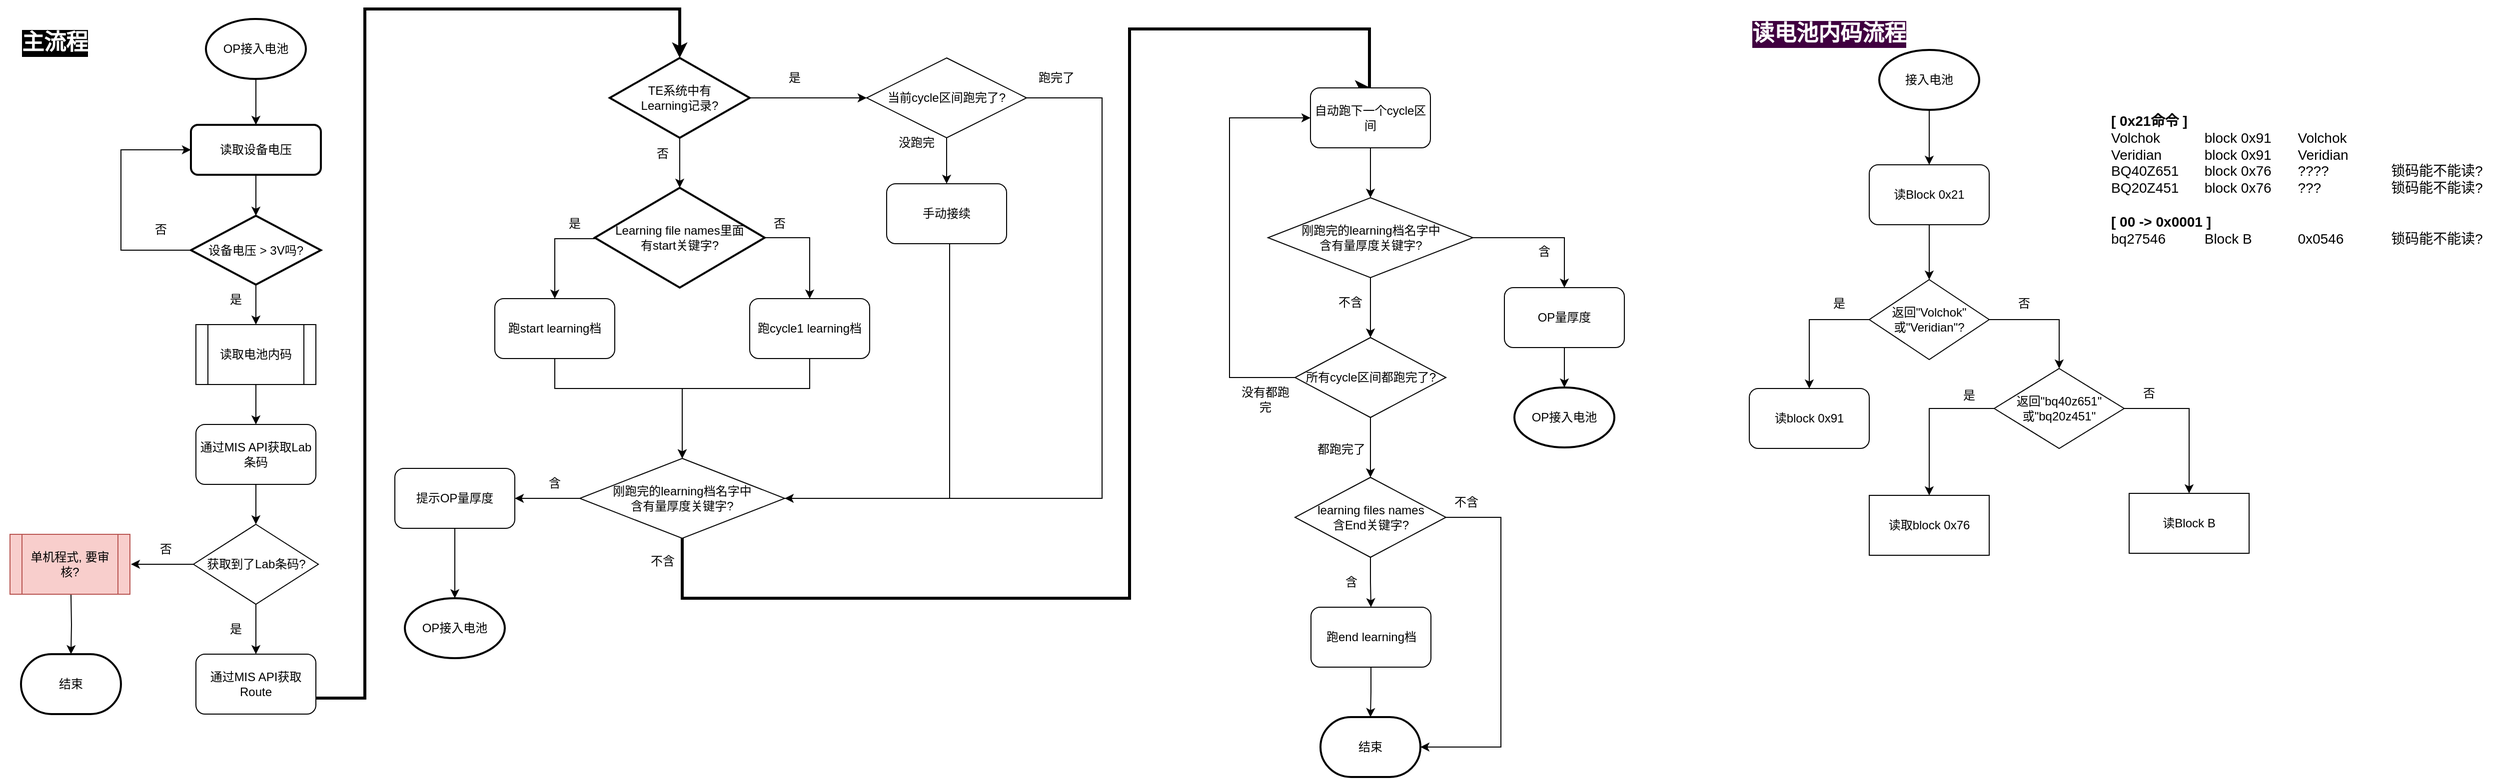
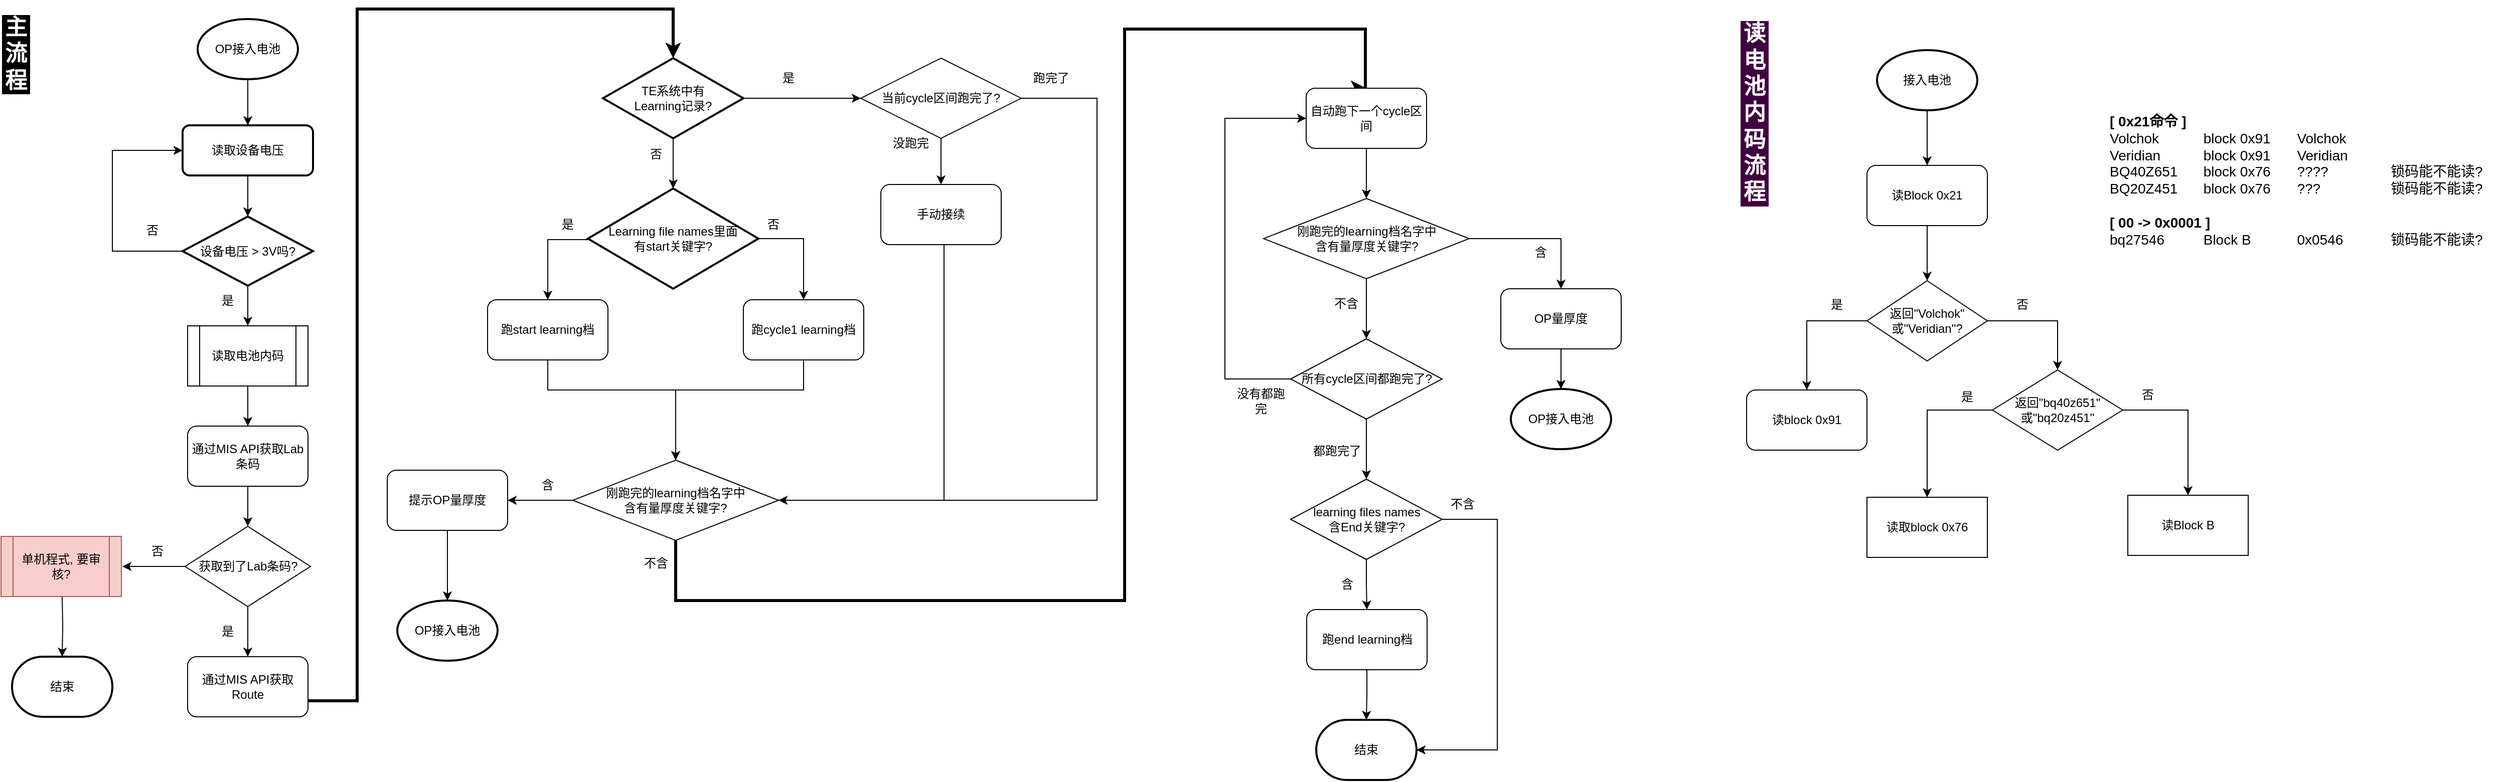
<mxfile host="app.diagrams.net">
  <diagram name="第 1 页" id="3HldnIOuQtLrwHUO-1mN">
    <mxGraphModel dx="1318" dy="774" grid="1" gridSize="10" guides="1" tooltips="1" connect="1" arrows="1" fold="1" page="1" pageScale="1" pageWidth="1169" pageHeight="827" background="#FFFFFF" math="0" shadow="0">
      <root>
        <mxCell id="0" />
        <mxCell id="1" parent="0" />
        <mxCell id="qRa3hty1LtdxE0hFs_0w-8" edge="1" parent="1" source="qRa3hty1LtdxE0hFs_0w-4" style="edgeStyle=orthogonalEdgeStyle;rounded=0;orthogonalLoop=1;jettySize=auto;html=1;" target="qRa3hty1LtdxE0hFs_0w-6" value="">
          <mxGeometry relative="1" as="geometry" />
        </mxCell>
        <mxCell id="qRa3hty1LtdxE0hFs_0w-4" parent="1" style="strokeWidth=2;html=1;shape=mxgraph.flowchart.start_1;whiteSpace=wrap;" value="OP接入电池" vertex="1">
          <mxGeometry height="60" width="100" x="216" y="20" as="geometry" />
        </mxCell>
        <mxCell id="qRa3hty1LtdxE0hFs_0w-9" edge="1" parent="1" source="qRa3hty1LtdxE0hFs_0w-6" style="edgeStyle=orthogonalEdgeStyle;rounded=0;orthogonalLoop=1;jettySize=auto;html=1;" target="qRa3hty1LtdxE0hFs_0w-7" value="">
          <mxGeometry relative="1" as="geometry" />
        </mxCell>
        <mxCell id="qRa3hty1LtdxE0hFs_0w-6" parent="1" style="rounded=1;whiteSpace=wrap;html=1;absoluteArcSize=1;arcSize=14;strokeWidth=2;" value="读取设备电压" vertex="1">
          <mxGeometry height="50" width="130" x="201" y="126" as="geometry" />
        </mxCell>
        <mxCell id="qRa3hty1LtdxE0hFs_0w-14" edge="1" parent="1" source="qRa3hty1LtdxE0hFs_0w-7" style="edgeStyle=orthogonalEdgeStyle;rounded=0;orthogonalLoop=1;jettySize=auto;html=1;" target="qRa3hty1LtdxE0hFs_0w-13" value="">
          <mxGeometry relative="1" as="geometry" />
        </mxCell>
        <mxCell id="qRa3hty1LtdxE0hFs_0w-25" edge="1" parent="1" source="qRa3hty1LtdxE0hFs_0w-7" style="edgeStyle=orthogonalEdgeStyle;rounded=0;orthogonalLoop=1;jettySize=auto;html=1;entryX=0;entryY=0.5;entryDx=0;entryDy=0;" target="qRa3hty1LtdxE0hFs_0w-6">
          <mxGeometry relative="1" as="geometry">
            <Array as="points">
              <mxPoint x="131" y="252" />
              <mxPoint x="131" y="151" />
            </Array>
            <mxPoint x="411" y="146" as="targetPoint" />
          </mxGeometry>
        </mxCell>
        <mxCell id="qRa3hty1LtdxE0hFs_0w-7" parent="1" style="strokeWidth=2;html=1;shape=mxgraph.flowchart.decision;whiteSpace=wrap;" value="设备电压 &amp;gt; 3V吗?" vertex="1">
          <mxGeometry height="69" width="130" x="201" y="217" as="geometry" />
        </mxCell>
        <mxCell id="qRa3hty1LtdxE0hFs_0w-11" parent="1" style="text;html=1;whiteSpace=wrap;strokeColor=none;fillColor=none;align=center;verticalAlign=middle;rounded=0;" value="&lt;div&gt;否&lt;/div&gt;" vertex="1">
          <mxGeometry height="30" width="60" x="141" y="216" as="geometry" />
        </mxCell>
        <mxCell id="qRa3hty1LtdxE0hFs_0w-12" parent="1" style="text;html=1;whiteSpace=wrap;strokeColor=none;fillColor=none;align=center;verticalAlign=middle;rounded=0;" value="&lt;div&gt;是&lt;/div&gt;" vertex="1">
          <mxGeometry height="30" width="60" x="216" y="286" as="geometry" />
        </mxCell>
        <mxCell id="qRa3hty1LtdxE0hFs_0w-16" edge="1" parent="1" source="qRa3hty1LtdxE0hFs_0w-13" style="edgeStyle=orthogonalEdgeStyle;rounded=0;orthogonalLoop=1;jettySize=auto;html=1;" target="qRa3hty1LtdxE0hFs_0w-15" value="">
          <mxGeometry relative="1" as="geometry" />
        </mxCell>
        <mxCell id="qRa3hty1LtdxE0hFs_0w-13" parent="1" style="shape=process;whiteSpace=wrap;html=1;backgroundOutline=1;" value="读取电池内码" vertex="1">
          <mxGeometry height="60" width="120" x="206" y="326" as="geometry" />
        </mxCell>
        <mxCell id="qRa3hty1LtdxE0hFs_0w-20" edge="1" parent="1" source="qRa3hty1LtdxE0hFs_0w-15" style="edgeStyle=orthogonalEdgeStyle;rounded=0;orthogonalLoop=1;jettySize=auto;html=1;" target="qRa3hty1LtdxE0hFs_0w-19" value="">
          <mxGeometry relative="1" as="geometry" />
        </mxCell>
        <mxCell id="qRa3hty1LtdxE0hFs_0w-15" parent="1" style="rounded=1;whiteSpace=wrap;html=1;" value="通过MIS API获取Lab条码" vertex="1">
          <mxGeometry height="60" width="120" x="206" y="426" as="geometry" />
        </mxCell>
        <mxCell id="qRa3hty1LtdxE0hFs_0w-31" edge="1" parent="1" source="qRa3hty1LtdxE0hFs_0w-17" style="edgeStyle=orthogonalEdgeStyle;rounded=0;orthogonalLoop=1;jettySize=auto;html=1;entryX=0.5;entryY=0;entryDx=0;entryDy=0;entryPerimeter=0;strokeWidth=3;" target="qRa3hty1LtdxE0hFs_0w-30" value="">
          <mxGeometry relative="1" as="geometry">
            <Array as="points">
              <mxPoint x="375" y="700" />
              <mxPoint x="375" y="10" />
              <mxPoint x="690" y="10" />
            </Array>
          </mxGeometry>
        </mxCell>
        <mxCell id="qRa3hty1LtdxE0hFs_0w-17" parent="1" style="rounded=1;whiteSpace=wrap;html=1;" value="通过MIS API获取Route" vertex="1">
          <mxGeometry height="60" width="120" x="206" y="656" as="geometry" />
        </mxCell>
        <mxCell id="qRa3hty1LtdxE0hFs_0w-21" edge="1" parent="1" source="qRa3hty1LtdxE0hFs_0w-19" style="edgeStyle=orthogonalEdgeStyle;rounded=0;orthogonalLoop=1;jettySize=auto;html=1;" target="qRa3hty1LtdxE0hFs_0w-17" value="">
          <mxGeometry relative="1" as="geometry" />
        </mxCell>
        <mxCell id="qRa3hty1LtdxE0hFs_0w-27" edge="1" parent="1" source="qRa3hty1LtdxE0hFs_0w-19" style="edgeStyle=orthogonalEdgeStyle;rounded=0;orthogonalLoop=1;jettySize=auto;html=1;" value="">
          <mxGeometry relative="1" as="geometry">
            <mxPoint x="141" y="566" as="targetPoint" />
          </mxGeometry>
        </mxCell>
        <mxCell id="qRa3hty1LtdxE0hFs_0w-19" parent="1" style="rhombus;whiteSpace=wrap;html=1;" value="获取到了Lab条码?" vertex="1">
          <mxGeometry height="80" width="125" x="203.5" y="526" as="geometry" />
        </mxCell>
        <mxCell id="qRa3hty1LtdxE0hFs_0w-22" parent="1" style="text;html=1;whiteSpace=wrap;strokeColor=none;fillColor=none;align=center;verticalAlign=middle;rounded=0;" value="是" vertex="1">
          <mxGeometry height="30" width="60" x="216" y="616" as="geometry" />
        </mxCell>
        <mxCell id="qRa3hty1LtdxE0hFs_0w-29" edge="1" parent="1" style="edgeStyle=orthogonalEdgeStyle;rounded=0;orthogonalLoop=1;jettySize=auto;html=1;" target="qRa3hty1LtdxE0hFs_0w-28" value="">
          <mxGeometry relative="1" as="geometry">
            <mxPoint x="81" y="596" as="sourcePoint" />
          </mxGeometry>
        </mxCell>
        <mxCell id="qRa3hty1LtdxE0hFs_0w-26" parent="1" style="shape=process;whiteSpace=wrap;html=1;backgroundOutline=1;fillColor=#f8cecc;strokeColor=#b85450;" value="单机程式, 要审核?" vertex="1">
          <mxGeometry height="60" width="120" x="20" y="536" as="geometry" />
        </mxCell>
        <mxCell id="qRa3hty1LtdxE0hFs_0w-28" parent="1" style="strokeWidth=2;html=1;shape=mxgraph.flowchart.terminator;whiteSpace=wrap;" value="结束" vertex="1">
          <mxGeometry height="60" width="100" x="31" y="656" as="geometry" />
        </mxCell>
        <mxCell id="qRa3hty1LtdxE0hFs_0w-34" edge="1" parent="1" source="qRa3hty1LtdxE0hFs_0w-30" style="edgeStyle=orthogonalEdgeStyle;rounded=0;orthogonalLoop=1;jettySize=auto;html=1;" target="qRa3hty1LtdxE0hFs_0w-33" value="">
          <mxGeometry relative="1" as="geometry" />
        </mxCell>
        <mxCell id="qRa3hty1LtdxE0hFs_0w-38" edge="1" parent="1" source="qRa3hty1LtdxE0hFs_0w-30" style="edgeStyle=orthogonalEdgeStyle;rounded=0;orthogonalLoop=1;jettySize=auto;html=1;" target="qRa3hty1LtdxE0hFs_0w-37" value="">
          <mxGeometry relative="1" as="geometry" />
        </mxCell>
        <mxCell id="qRa3hty1LtdxE0hFs_0w-30" parent="1" style="strokeWidth=2;html=1;shape=mxgraph.flowchart.decision;whiteSpace=wrap;" value="&lt;div&gt;TE系统中有&lt;/div&gt;&lt;div&gt;Learning记录?&lt;/div&gt;" vertex="1">
          <mxGeometry height="80" width="140" x="620" y="59" as="geometry" />
        </mxCell>
        <mxCell id="qRa3hty1LtdxE0hFs_0w-45" edge="1" parent="1" source="qRa3hty1LtdxE0hFs_0w-33" style="edgeStyle=orthogonalEdgeStyle;rounded=0;orthogonalLoop=1;jettySize=auto;html=1;" target="qRa3hty1LtdxE0hFs_0w-44" value="">
          <mxGeometry relative="1" as="geometry">
            <Array as="points">
              <mxPoint x="565" y="240" />
            </Array>
          </mxGeometry>
        </mxCell>
        <mxCell id="qRa3hty1LtdxE0hFs_0w-67" edge="1" parent="1" source="qRa3hty1LtdxE0hFs_0w-33" style="edgeStyle=orthogonalEdgeStyle;rounded=0;orthogonalLoop=1;jettySize=auto;html=1;entryX=0.5;entryY=0;entryDx=0;entryDy=0;exitX=1;exitY=0.5;exitDx=0;exitDy=0;exitPerimeter=0;" target="qRa3hty1LtdxE0hFs_0w-66">
          <mxGeometry relative="1" as="geometry" />
        </mxCell>
        <mxCell id="qRa3hty1LtdxE0hFs_0w-33" parent="1" style="strokeWidth=2;html=1;shape=mxgraph.flowchart.decision;whiteSpace=wrap;" value="&lt;div&gt;Learning file names里面&lt;/div&gt;&lt;div&gt;有start关键字?&lt;/div&gt;" vertex="1">
          <mxGeometry height="100" width="170" x="605" y="189" as="geometry" />
        </mxCell>
        <mxCell id="qRa3hty1LtdxE0hFs_0w-35" parent="1" style="text;html=1;whiteSpace=wrap;strokeColor=none;fillColor=none;align=center;verticalAlign=middle;rounded=0;" value="否" vertex="1">
          <mxGeometry height="30" width="60" x="642.5" y="140" as="geometry" />
        </mxCell>
        <mxCell id="qRa3hty1LtdxE0hFs_0w-36" parent="1" style="text;html=1;whiteSpace=wrap;strokeColor=none;fillColor=none;align=center;verticalAlign=middle;rounded=0;" value="是" vertex="1">
          <mxGeometry height="30" width="60" x="775" y="64" as="geometry" />
        </mxCell>
        <mxCell id="qRa3hty1LtdxE0hFs_0w-40" edge="1" parent="1" source="qRa3hty1LtdxE0hFs_0w-37" style="edgeStyle=orthogonalEdgeStyle;rounded=0;orthogonalLoop=1;jettySize=auto;html=1;" target="qRa3hty1LtdxE0hFs_0w-39" value="">
          <mxGeometry relative="1" as="geometry" />
        </mxCell>
        <mxCell id="qRa3hty1LtdxE0hFs_0w-115" edge="1" parent="1" style="edgeStyle=orthogonalEdgeStyle;rounded=0;orthogonalLoop=1;jettySize=auto;html=1;entryX=1;entryY=0.5;entryDx=0;entryDy=0;">
          <mxGeometry relative="1" as="geometry">
            <Array as="points">
              <mxPoint x="1112.5" y="99" />
              <mxPoint x="1112.5" y="500" />
            </Array>
            <mxPoint x="1022.5" y="99" as="sourcePoint" />
            <mxPoint x="767.5" y="500" as="targetPoint" />
          </mxGeometry>
        </mxCell>
        <mxCell id="qRa3hty1LtdxE0hFs_0w-37" parent="1" style="rhombus;whiteSpace=wrap;html=1;" value="当前cycle区间跑完了?" vertex="1">
          <mxGeometry height="80" width="160" x="877" y="59" as="geometry" />
        </mxCell>
        <mxCell id="qRa3hty1LtdxE0hFs_0w-74" edge="1" parent="1" source="qRa3hty1LtdxE0hFs_0w-39" style="edgeStyle=orthogonalEdgeStyle;rounded=0;orthogonalLoop=1;jettySize=auto;html=1;entryX=1;entryY=0.5;entryDx=0;entryDy=0;exitX=0.5;exitY=1;exitDx=0;exitDy=0;" target="qRa3hty1LtdxE0hFs_0w-49">
          <mxGeometry relative="1" as="geometry">
            <Array as="points">
              <mxPoint x="960" y="245" />
              <mxPoint x="960" y="500" />
            </Array>
            <mxPoint x="1005" y="240" as="sourcePoint" />
          </mxGeometry>
        </mxCell>
        <mxCell id="qRa3hty1LtdxE0hFs_0w-39" parent="1" style="rounded=1;whiteSpace=wrap;html=1;" value="手动接续" vertex="1">
          <mxGeometry height="60" width="120" x="897" y="185" as="geometry" />
        </mxCell>
        <mxCell id="qRa3hty1LtdxE0hFs_0w-41" parent="1" style="text;html=1;whiteSpace=wrap;strokeColor=none;fillColor=none;align=center;verticalAlign=middle;rounded=0;" value="没跑完" vertex="1">
          <mxGeometry height="30" width="60" x="897" y="129" as="geometry" />
        </mxCell>
        <mxCell id="qRa3hty1LtdxE0hFs_0w-71" edge="1" parent="1" source="qRa3hty1LtdxE0hFs_0w-44" style="edgeStyle=orthogonalEdgeStyle;rounded=0;orthogonalLoop=1;jettySize=auto;html=1;entryX=0.5;entryY=0;entryDx=0;entryDy=0;" target="qRa3hty1LtdxE0hFs_0w-49">
          <mxGeometry relative="1" as="geometry">
            <Array as="points">
              <mxPoint x="565" y="390" />
              <mxPoint x="693" y="390" />
            </Array>
          </mxGeometry>
        </mxCell>
        <mxCell id="qRa3hty1LtdxE0hFs_0w-44" parent="1" style="rounded=1;whiteSpace=wrap;html=1;" value="跑start learning档" vertex="1">
          <mxGeometry height="60" width="120" x="505" y="300" as="geometry" />
        </mxCell>
        <mxCell id="qRa3hty1LtdxE0hFs_0w-46" parent="1" style="text;html=1;whiteSpace=wrap;strokeColor=none;fillColor=none;align=center;verticalAlign=middle;rounded=0;" value="是" vertex="1">
          <mxGeometry height="30" width="60" x="555" y="210" as="geometry" />
        </mxCell>
        <mxCell id="qRa3hty1LtdxE0hFs_0w-52" edge="1" parent="1" source="qRa3hty1LtdxE0hFs_0w-49" style="edgeStyle=orthogonalEdgeStyle;rounded=0;orthogonalLoop=1;jettySize=auto;html=1;" target="qRa3hty1LtdxE0hFs_0w-51" value="">
          <mxGeometry relative="1" as="geometry" />
        </mxCell>
        <mxCell id="qRa3hty1LtdxE0hFs_0w-129" edge="1" parent="1" source="qRa3hty1LtdxE0hFs_0w-49" style="edgeStyle=orthogonalEdgeStyle;rounded=0;orthogonalLoop=1;jettySize=auto;html=1;entryX=0.5;entryY=0;entryDx=0;entryDy=0;exitX=0.5;exitY=1;exitDx=0;exitDy=0;strokeWidth=3;" target="qRa3hty1LtdxE0hFs_0w-55">
          <mxGeometry relative="1" as="geometry">
            <Array as="points">
              <mxPoint x="692" y="600" />
              <mxPoint x="1140" y="600" />
              <mxPoint x="1140" y="30" />
              <mxPoint x="1380" y="30" />
              <mxPoint x="1380" y="89" />
            </Array>
          </mxGeometry>
        </mxCell>
        <mxCell id="qRa3hty1LtdxE0hFs_0w-49" parent="1" style="rhombus;whiteSpace=wrap;html=1;" value="&lt;div&gt;刚跑完的learning档名字中&lt;/div&gt;&lt;div&gt;含有量厚度关键字?&lt;/div&gt;" vertex="1">
          <mxGeometry height="80" width="205" x="590" y="460" as="geometry" />
        </mxCell>
        <mxCell id="qRa3hty1LtdxE0hFs_0w-102" edge="1" parent="1" source="qRa3hty1LtdxE0hFs_0w-51" style="edgeStyle=orthogonalEdgeStyle;rounded=0;orthogonalLoop=1;jettySize=auto;html=1;" target="qRa3hty1LtdxE0hFs_0w-101" value="">
          <mxGeometry relative="1" as="geometry" />
        </mxCell>
        <mxCell id="qRa3hty1LtdxE0hFs_0w-51" parent="1" style="rounded=1;whiteSpace=wrap;html=1;" value="提示OP量厚度" vertex="1">
          <mxGeometry height="60" width="120" x="405" y="470" as="geometry" />
        </mxCell>
        <mxCell id="qRa3hty1LtdxE0hFs_0w-53" parent="1" style="text;html=1;whiteSpace=wrap;strokeColor=none;fillColor=none;align=center;verticalAlign=middle;rounded=0;" value="&lt;div&gt;含&lt;/div&gt;" vertex="1">
          <mxGeometry height="30" width="60" x="535" y="470" as="geometry" />
        </mxCell>
        <mxCell id="qRa3hty1LtdxE0hFs_0w-130" edge="1" parent="1" source="qRa3hty1LtdxE0hFs_0w-55" style="edgeStyle=orthogonalEdgeStyle;rounded=0;orthogonalLoop=1;jettySize=auto;html=1;" target="qRa3hty1LtdxE0hFs_0w-88" value="">
          <mxGeometry relative="1" as="geometry" />
        </mxCell>
        <mxCell id="qRa3hty1LtdxE0hFs_0w-55" parent="1" style="rounded=1;whiteSpace=wrap;html=1;" value="自动跑下一个cycle区间" vertex="1">
          <mxGeometry height="60" width="120" x="1321" y="89" as="geometry" />
        </mxCell>
        <mxCell id="qRa3hty1LtdxE0hFs_0w-57" parent="1" style="text;html=1;whiteSpace=wrap;strokeColor=none;fillColor=none;align=center;verticalAlign=middle;rounded=0;" value="否" vertex="1">
          <mxGeometry height="30" width="60" x="146" y="536" as="geometry" />
        </mxCell>
        <mxCell id="qRa3hty1LtdxE0hFs_0w-58" parent="1" style="text;html=1;whiteSpace=wrap;strokeColor=none;fillColor=none;align=center;verticalAlign=middle;rounded=0;" value="跑完了" vertex="1">
          <mxGeometry height="30" width="60" x="1037" y="64" as="geometry" />
        </mxCell>
        <mxCell id="qRa3hty1LtdxE0hFs_0w-73" edge="1" parent="1" source="qRa3hty1LtdxE0hFs_0w-66" style="edgeStyle=orthogonalEdgeStyle;rounded=0;orthogonalLoop=1;jettySize=auto;html=1;entryX=0.5;entryY=0;entryDx=0;entryDy=0;" target="qRa3hty1LtdxE0hFs_0w-49">
          <mxGeometry relative="1" as="geometry">
            <Array as="points">
              <mxPoint x="820" y="390" />
              <mxPoint x="693" y="390" />
            </Array>
          </mxGeometry>
        </mxCell>
        <mxCell id="qRa3hty1LtdxE0hFs_0w-66" parent="1" style="rounded=1;whiteSpace=wrap;html=1;" value="跑cycle1 learning档" vertex="1">
          <mxGeometry height="60" width="120" x="760" y="300" as="geometry" />
        </mxCell>
        <mxCell id="qRa3hty1LtdxE0hFs_0w-68" parent="1" style="text;html=1;whiteSpace=wrap;strokeColor=none;fillColor=none;align=center;verticalAlign=middle;rounded=0;" value="否" vertex="1">
          <mxGeometry height="30" width="60" x="760" y="210" as="geometry" />
        </mxCell>
        <mxCell id="qRa3hty1LtdxE0hFs_0w-75" parent="1" style="text;html=1;whiteSpace=wrap;strokeColor=none;fillColor=none;align=center;verticalAlign=middle;rounded=0;" value="不含" vertex="1">
          <mxGeometry height="30" width="60" x="642.5" y="548" as="geometry" />
        </mxCell>
        <mxCell id="qRa3hty1LtdxE0hFs_0w-132" edge="1" parent="1" source="qRa3hty1LtdxE0hFs_0w-88" style="edgeStyle=orthogonalEdgeStyle;rounded=0;orthogonalLoop=1;jettySize=auto;html=1;" target="qRa3hty1LtdxE0hFs_0w-91" value="">
          <mxGeometry relative="1" as="geometry" />
        </mxCell>
        <mxCell id="qRa3hty1LtdxE0hFs_0w-134" edge="1" parent="1" source="qRa3hty1LtdxE0hFs_0w-88" style="edgeStyle=orthogonalEdgeStyle;rounded=0;orthogonalLoop=1;jettySize=auto;html=1;" target="qRa3hty1LtdxE0hFs_0w-107" value="">
          <mxGeometry relative="1" as="geometry" />
        </mxCell>
        <mxCell id="qRa3hty1LtdxE0hFs_0w-88" parent="1" style="rhombus;whiteSpace=wrap;html=1;" value="&lt;div&gt;刚跑完的learning档名字中&lt;/div&gt;&lt;div&gt;含有量厚度关键字?&lt;/div&gt;" vertex="1">
          <mxGeometry height="80" width="205" x="1278.5" y="199" as="geometry" />
        </mxCell>
        <mxCell id="qRa3hty1LtdxE0hFs_0w-104" edge="1" parent="1" source="qRa3hty1LtdxE0hFs_0w-91" style="edgeStyle=orthogonalEdgeStyle;rounded=0;orthogonalLoop=1;jettySize=auto;html=1;" target="qRa3hty1LtdxE0hFs_0w-103" value="">
          <mxGeometry relative="1" as="geometry" />
        </mxCell>
        <mxCell id="qRa3hty1LtdxE0hFs_0w-91" parent="1" style="rounded=1;whiteSpace=wrap;html=1;" value="OP量厚度" vertex="1">
          <mxGeometry height="60" width="120" x="1515" y="289" as="geometry" />
        </mxCell>
        <mxCell id="qRa3hty1LtdxE0hFs_0w-93" parent="1" style="text;html=1;whiteSpace=wrap;strokeColor=none;fillColor=none;align=center;verticalAlign=middle;rounded=0;" value="含" vertex="1">
          <mxGeometry height="30" width="60" x="1525" y="238" as="geometry" />
        </mxCell>
        <mxCell id="qRa3hty1LtdxE0hFs_0w-95" parent="1" style="text;html=1;whiteSpace=wrap;strokeColor=none;fillColor=none;align=center;verticalAlign=middle;rounded=0;" value="不含" vertex="1">
          <mxGeometry height="30" width="60" x="1331" y="289" as="geometry" />
        </mxCell>
        <mxCell id="qRa3hty1LtdxE0hFs_0w-101" parent="1" style="strokeWidth=2;html=1;shape=mxgraph.flowchart.start_1;whiteSpace=wrap;" value="OP接入电池" vertex="1">
          <mxGeometry height="60" width="100" x="415" y="600" as="geometry" />
        </mxCell>
        <mxCell id="qRa3hty1LtdxE0hFs_0w-103" parent="1" style="strokeWidth=2;html=1;shape=mxgraph.flowchart.start_1;whiteSpace=wrap;" value="OP接入电池" vertex="1">
          <mxGeometry height="60" width="100" x="1525" y="389" as="geometry" />
        </mxCell>
        <mxCell id="qRa3hty1LtdxE0hFs_0w-118" edge="1" parent="1" source="qRa3hty1LtdxE0hFs_0w-107" style="edgeStyle=orthogonalEdgeStyle;rounded=0;orthogonalLoop=1;jettySize=auto;html=1;" target="qRa3hty1LtdxE0hFs_0w-117" value="">
          <mxGeometry relative="1" as="geometry" />
        </mxCell>
        <mxCell id="qRa3hty1LtdxE0hFs_0w-135" edge="1" parent="1" source="qRa3hty1LtdxE0hFs_0w-107" style="edgeStyle=orthogonalEdgeStyle;rounded=0;orthogonalLoop=1;jettySize=auto;html=1;entryX=0;entryY=0.5;entryDx=0;entryDy=0;" target="qRa3hty1LtdxE0hFs_0w-55">
          <mxGeometry relative="1" as="geometry">
            <Array as="points">
              <mxPoint x="1240" y="379" />
              <mxPoint x="1240" y="119" />
            </Array>
            <mxPoint x="1250" y="140" as="targetPoint" />
          </mxGeometry>
        </mxCell>
        <mxCell id="qRa3hty1LtdxE0hFs_0w-107" parent="1" style="rhombus;whiteSpace=wrap;html=1;" value="所有cycle区间都跑完了?" vertex="1">
          <mxGeometry height="80" width="151" x="1305.5" y="339" as="geometry" />
        </mxCell>
        <mxCell id="qRa3hty1LtdxE0hFs_0w-111" parent="1" style="text;html=1;whiteSpace=wrap;strokeColor=none;fillColor=none;align=center;verticalAlign=middle;rounded=0;" value="没有都跑完" vertex="1">
          <mxGeometry height="30" width="60" x="1245.5" y="386" as="geometry" />
        </mxCell>
        <mxCell id="qRa3hty1LtdxE0hFs_0w-112" parent="1" style="strokeWidth=2;html=1;shape=mxgraph.flowchart.terminator;whiteSpace=wrap;" value="结束" vertex="1">
          <mxGeometry height="60" width="100" x="1331" y="719" as="geometry" />
        </mxCell>
        <mxCell id="qRa3hty1LtdxE0hFs_0w-114" parent="1" style="text;html=1;whiteSpace=wrap;strokeColor=none;fillColor=none;align=center;verticalAlign=middle;rounded=0;" value="都跑完了" vertex="1">
          <mxGeometry height="30" width="60" x="1322" y="436" as="geometry" />
        </mxCell>
        <mxCell id="qRa3hty1LtdxE0hFs_0w-122" edge="1" parent="1" source="qRa3hty1LtdxE0hFs_0w-117" style="edgeStyle=orthogonalEdgeStyle;rounded=0;orthogonalLoop=1;jettySize=auto;html=1;" target="qRa3hty1LtdxE0hFs_0w-120" value="">
          <mxGeometry relative="1" as="geometry" />
        </mxCell>
        <mxCell id="qRa3hty1LtdxE0hFs_0w-117" parent="1" style="rhombus;whiteSpace=wrap;html=1;" value="&lt;div&gt;learning files names&lt;/div&gt;&lt;div&gt;含End关键字?&lt;/div&gt;" vertex="1">
          <mxGeometry height="80" width="151" x="1305.5" y="479" as="geometry" />
        </mxCell>
        <mxCell id="qRa3hty1LtdxE0hFs_0w-121" edge="1" parent="1" source="qRa3hty1LtdxE0hFs_0w-120" style="edgeStyle=orthogonalEdgeStyle;rounded=0;orthogonalLoop=1;jettySize=auto;html=1;" target="qRa3hty1LtdxE0hFs_0w-112" value="">
          <mxGeometry relative="1" as="geometry" />
        </mxCell>
        <mxCell id="qRa3hty1LtdxE0hFs_0w-120" parent="1" style="rounded=1;whiteSpace=wrap;html=1;" value="跑end learning档" vertex="1">
          <mxGeometry height="60" width="120" x="1321.5" y="609" as="geometry" />
        </mxCell>
        <mxCell id="qRa3hty1LtdxE0hFs_0w-123" parent="1" style="text;html=1;whiteSpace=wrap;strokeColor=none;fillColor=none;align=center;verticalAlign=middle;rounded=0;" value="含" vertex="1">
          <mxGeometry height="30" width="60" x="1331.5" y="569" as="geometry" />
        </mxCell>
        <mxCell id="qRa3hty1LtdxE0hFs_0w-124" edge="1" parent="1" source="qRa3hty1LtdxE0hFs_0w-117" style="edgeStyle=orthogonalEdgeStyle;rounded=0;orthogonalLoop=1;jettySize=auto;html=1;entryX=1;entryY=0.5;entryDx=0;entryDy=0;entryPerimeter=0;" target="qRa3hty1LtdxE0hFs_0w-112">
          <mxGeometry relative="1" as="geometry">
            <Array as="points">
              <mxPoint x="1511.5" y="519" />
              <mxPoint x="1511.5" y="749" />
            </Array>
          </mxGeometry>
        </mxCell>
        <mxCell id="qRa3hty1LtdxE0hFs_0w-125" parent="1" style="text;html=1;whiteSpace=wrap;strokeColor=none;fillColor=none;align=center;verticalAlign=middle;rounded=0;" value="不含" vertex="1">
          <mxGeometry height="30" width="60" x="1446.5" y="489" as="geometry" />
        </mxCell>
        <mxCell id="PsBZDfwHha2lWDHOalyY-6" edge="1" parent="1" source="qRa3hty1LtdxE0hFs_0w-136" style="edgeStyle=orthogonalEdgeStyle;rounded=0;orthogonalLoop=1;jettySize=auto;html=1;" target="PsBZDfwHha2lWDHOalyY-3" value="">
          <mxGeometry relative="1" as="geometry" />
        </mxCell>
        <mxCell id="qRa3hty1LtdxE0hFs_0w-136" parent="1" style="strokeWidth=2;html=1;shape=mxgraph.flowchart.start_1;whiteSpace=wrap;" value="接入电池" vertex="1">
          <mxGeometry height="60" width="100" x="1890" y="51" as="geometry" />
        </mxCell>
        <mxCell id="PsBZDfwHha2lWDHOalyY-1" parent="1" style="text;html=1;whiteSpace=wrap;strokeColor=none;fillColor=none;align=center;verticalAlign=middle;rounded=0;fontStyle=1;strokeWidth=3;labelBackgroundColor=light-dark(#400040, #ededed);fontColor=light-dark(#ffffff, #ededed);fontSize=22;" value="读电池内码流程" vertex="1">
-           <mxGeometry height="30" width="200" x="1740" y="20" as="geometry" />
+           <mxGeometry height="30" width="30" x="1753" y="99" as="geometry" />
        </mxCell>
        <mxCell id="PsBZDfwHha2lWDHOalyY-2" parent="1" style="text;html=1;whiteSpace=wrap;strokeColor=none;fillColor=none;align=left;verticalAlign=top;rounded=0;fontSize=14;" value="&lt;div&gt;&lt;b&gt;[ 0x21命令 ]&lt;/b&gt;&lt;/div&gt;&lt;div&gt;Volchok&lt;span style=&quot;white-space: pre;&quot;&gt;&#x9;&lt;/span&gt;&lt;span style=&quot;white-space: pre;&quot;&gt;&#x9;&lt;/span&gt;block 0x91&lt;span style=&quot;white-space: pre;&quot;&gt;&#x9;&lt;/span&gt;Volchok&lt;/div&gt;&lt;div&gt;Veridian&lt;span style=&quot;white-space: pre;&quot;&gt;&lt;span style=&quot;white-space: pre;&quot;&gt;&#x9;&lt;/span&gt;&lt;span style=&quot;white-space: pre;&quot;&gt;&#x9;&lt;/span&gt;block 0x91&#x9;Veridian&lt;/span&gt;&lt;/div&gt;&lt;div&gt;BQ40Z651&lt;span style=&quot;white-space: pre;&quot;&gt;&#x9;block 0x76&lt;/span&gt;&lt;span style=&quot;white-space: pre;&quot;&gt;&#x9;????&lt;span style=&quot;white-space: pre;&quot;&gt;&#x9;&lt;/span&gt;&lt;span style=&quot;white-space: pre;&quot;&gt;&#x9;&lt;/span&gt;锁码能不能读?&lt;/span&gt;&lt;/div&gt;&lt;div&gt;&lt;span style=&quot;white-space: pre;&quot;&gt;BQ20Z451&lt;span style=&quot;white-space: pre;&quot;&gt;&#x9;&lt;/span&gt;block 0x76&lt;span style=&quot;white-space: pre;&quot;&gt;&#x9;???&lt;span style=&quot;white-space: pre;&quot;&gt;&#x9;&lt;/span&gt;&lt;span style=&quot;white-space: pre;&quot;&gt;&#x9;&lt;/span&gt;&lt;span style=&quot;white-space: pre;&quot;&gt;&#x9;&lt;/span&gt;锁码能不能读?&lt;/span&gt;&lt;/span&gt;&lt;/div&gt;&lt;div&gt;&lt;br&gt;&lt;/div&gt;&lt;div&gt;&lt;b&gt;[ 00 -&amp;gt; 0x0001 ]&lt;/b&gt;&lt;/div&gt;&lt;div&gt;bq27546&lt;span style=&quot;white-space: pre;&quot;&gt;&#x9;&lt;/span&gt;&lt;span style=&quot;white-space: pre;&quot;&gt;&#x9;Block B&lt;span style=&quot;white-space: pre;&quot;&gt;&#x9;&lt;/span&gt;&lt;span style=&quot;white-space: pre;&quot;&gt;&#x9;&lt;/span&gt;0x0546&lt;span style=&quot;white-space: pre;&quot;&gt;&#x9;&lt;/span&gt;&lt;span style=&quot;white-space: pre;&quot;&gt;&#x9;&lt;/span&gt;锁码能不能读?&lt;/span&gt;&lt;/div&gt;&lt;div&gt;&lt;br&gt;&lt;/div&gt;" vertex="1">
          <mxGeometry height="174.5" width="390" x="2120" y="106.5" as="geometry" />
        </mxCell>
        <mxCell id="PsBZDfwHha2lWDHOalyY-7" edge="1" parent="1" source="PsBZDfwHha2lWDHOalyY-3" style="edgeStyle=orthogonalEdgeStyle;rounded=0;orthogonalLoop=1;jettySize=auto;html=1;" target="PsBZDfwHha2lWDHOalyY-5" value="">
          <mxGeometry relative="1" as="geometry" />
        </mxCell>
        <mxCell id="PsBZDfwHha2lWDHOalyY-3" parent="1" style="rounded=1;whiteSpace=wrap;html=1;" value="读Block 0x21" vertex="1">
          <mxGeometry height="60" width="120" x="1880" y="166" as="geometry" />
        </mxCell>
        <mxCell id="PsBZDfwHha2lWDHOalyY-27" edge="1" parent="1" source="PsBZDfwHha2lWDHOalyY-5" style="edgeStyle=orthogonalEdgeStyle;rounded=0;orthogonalLoop=1;jettySize=auto;html=1;" target="PsBZDfwHha2lWDHOalyY-26" value="">
          <mxGeometry relative="1" as="geometry" />
        </mxCell>
        <mxCell id="PsBZDfwHha2lWDHOalyY-35" edge="1" parent="1" source="PsBZDfwHha2lWDHOalyY-5" style="edgeStyle=orthogonalEdgeStyle;rounded=0;orthogonalLoop=1;jettySize=auto;html=1;entryX=0.5;entryY=0;entryDx=0;entryDy=0;" target="PsBZDfwHha2lWDHOalyY-12">
          <mxGeometry relative="1" as="geometry">
            <Array as="points">
              <mxPoint x="1820" y="321" />
            </Array>
          </mxGeometry>
        </mxCell>
        <mxCell id="PsBZDfwHha2lWDHOalyY-5" parent="1" style="rhombus;whiteSpace=wrap;html=1;" value="&lt;div&gt;返回&quot;Volchok&quot;&lt;/div&gt;&lt;div&gt;或&quot;Veridian&quot;?&lt;/div&gt;" vertex="1">
          <mxGeometry height="80" width="120" x="1880" y="281" as="geometry" />
        </mxCell>
        <mxCell id="PsBZDfwHha2lWDHOalyY-12" parent="1" style="rounded=1;whiteSpace=wrap;html=1;" value="读block 0x91" vertex="1">
          <mxGeometry height="60" width="120" x="1760" y="390" as="geometry" />
        </mxCell>
        <mxCell id="PsBZDfwHha2lWDHOalyY-14" parent="1" style="text;html=1;whiteSpace=wrap;strokeColor=none;fillColor=none;align=center;verticalAlign=middle;rounded=0;" value="是" vertex="1">
          <mxGeometry height="30" width="60" x="1820" y="290" as="geometry" />
        </mxCell>
        <mxCell id="PsBZDfwHha2lWDHOalyY-29" edge="1" parent="1" source="PsBZDfwHha2lWDHOalyY-26" style="edgeStyle=orthogonalEdgeStyle;rounded=0;orthogonalLoop=1;jettySize=auto;html=1;" target="PsBZDfwHha2lWDHOalyY-28" value="">
          <mxGeometry relative="1" as="geometry" />
        </mxCell>
        <mxCell id="PsBZDfwHha2lWDHOalyY-32" edge="1" parent="1" source="PsBZDfwHha2lWDHOalyY-26" style="edgeStyle=orthogonalEdgeStyle;rounded=0;orthogonalLoop=1;jettySize=auto;html=1;" target="PsBZDfwHha2lWDHOalyY-31" value="">
          <mxGeometry relative="1" as="geometry" />
        </mxCell>
        <mxCell id="PsBZDfwHha2lWDHOalyY-26" parent="1" style="rhombus;whiteSpace=wrap;html=1;" value="&lt;div&gt;返回&quot;bq40z651&quot;&lt;/div&gt;&lt;div&gt;或&quot;bq20z451&quot;&lt;/div&gt;" vertex="1">
          <mxGeometry height="80" width="130" x="2005" y="370" as="geometry" />
        </mxCell>
        <mxCell id="PsBZDfwHha2lWDHOalyY-28" parent="1" style="whiteSpace=wrap;html=1;" value="读取block 0x76" vertex="1">
          <mxGeometry height="60" width="120" x="1880" y="497" as="geometry" />
        </mxCell>
        <mxCell id="PsBZDfwHha2lWDHOalyY-30" parent="1" style="text;html=1;whiteSpace=wrap;strokeColor=none;fillColor=none;align=center;verticalAlign=middle;rounded=0;" value="是" vertex="1">
          <mxGeometry height="30" width="60" x="1950" y="382" as="geometry" />
        </mxCell>
        <mxCell id="PsBZDfwHha2lWDHOalyY-31" parent="1" style="whiteSpace=wrap;html=1;" value="读Block B" vertex="1">
          <mxGeometry height="60" width="120" x="2140" y="495" as="geometry" />
        </mxCell>
        <mxCell id="PsBZDfwHha2lWDHOalyY-33" parent="1" style="text;html=1;whiteSpace=wrap;strokeColor=none;fillColor=none;align=center;verticalAlign=middle;rounded=0;" value="否" vertex="1">
          <mxGeometry height="30" width="60" x="2005" y="290" as="geometry" />
        </mxCell>
        <mxCell id="PsBZDfwHha2lWDHOalyY-34" parent="1" style="text;html=1;whiteSpace=wrap;strokeColor=none;fillColor=none;align=center;verticalAlign=middle;rounded=0;" value="否" vertex="1">
          <mxGeometry height="30" width="60" x="2130" y="380" as="geometry" />
        </mxCell>
        <mxCell id="PsBZDfwHha2lWDHOalyY-36" parent="1" style="text;html=1;whiteSpace=wrap;strokeColor=none;fillColor=none;align=center;verticalAlign=middle;rounded=0;fontStyle=1;fontSize=22;fontColor=light-dark(#ffffff, #ededed);strokeWidth=3;labelBackgroundColor=#000000;" value="主流程" vertex="1">
-           <mxGeometry height="30" width="110" x="10" y="29" as="geometry" />
+           <mxGeometry height="30" width="30" x="20" y="40" as="geometry" />
        </mxCell>
      </root>
    </mxGraphModel>
  </diagram>
</mxfile>
